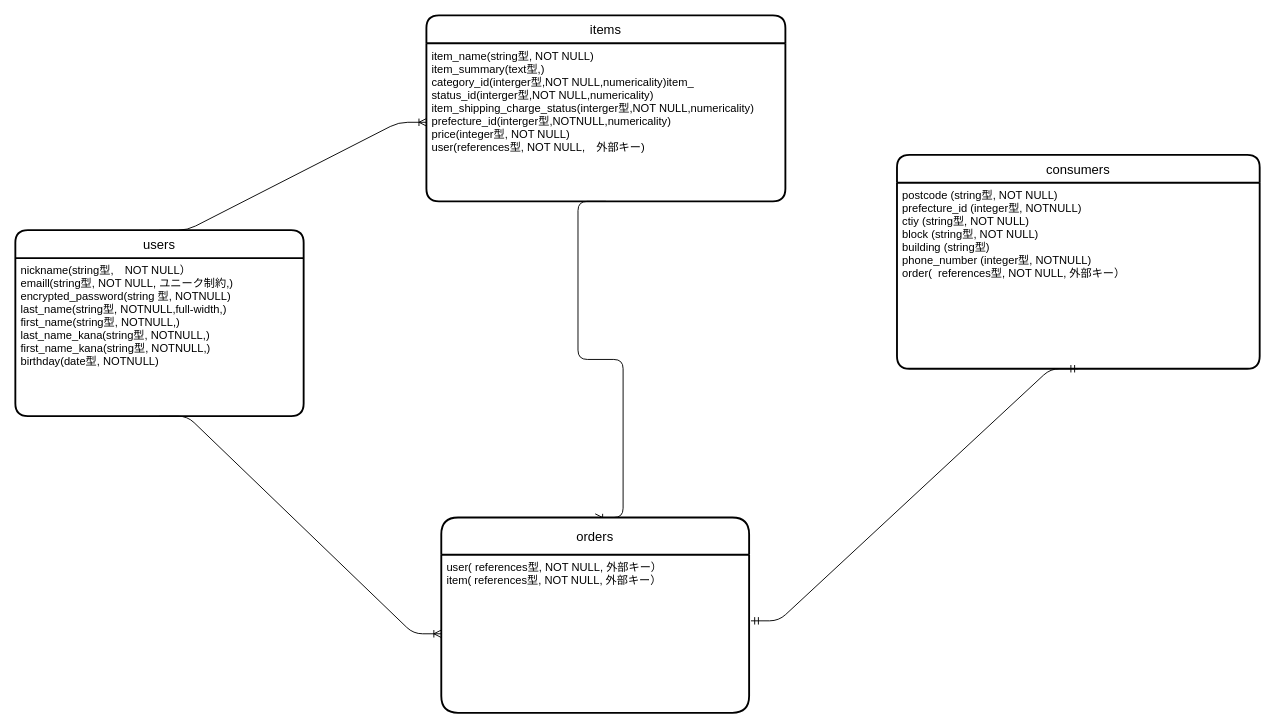
Before: furima.dio in c244a0/furima-38196, a draw.io diagram. Source tidied: cells renumbered, new cells numbered last; positions are measured from the earlier drawing's top-left corner, leaving out a move shared by most shapes. Both pictures are drawn from the tidied source at 93%, with x=0, y=0 at pixel (15, 15).
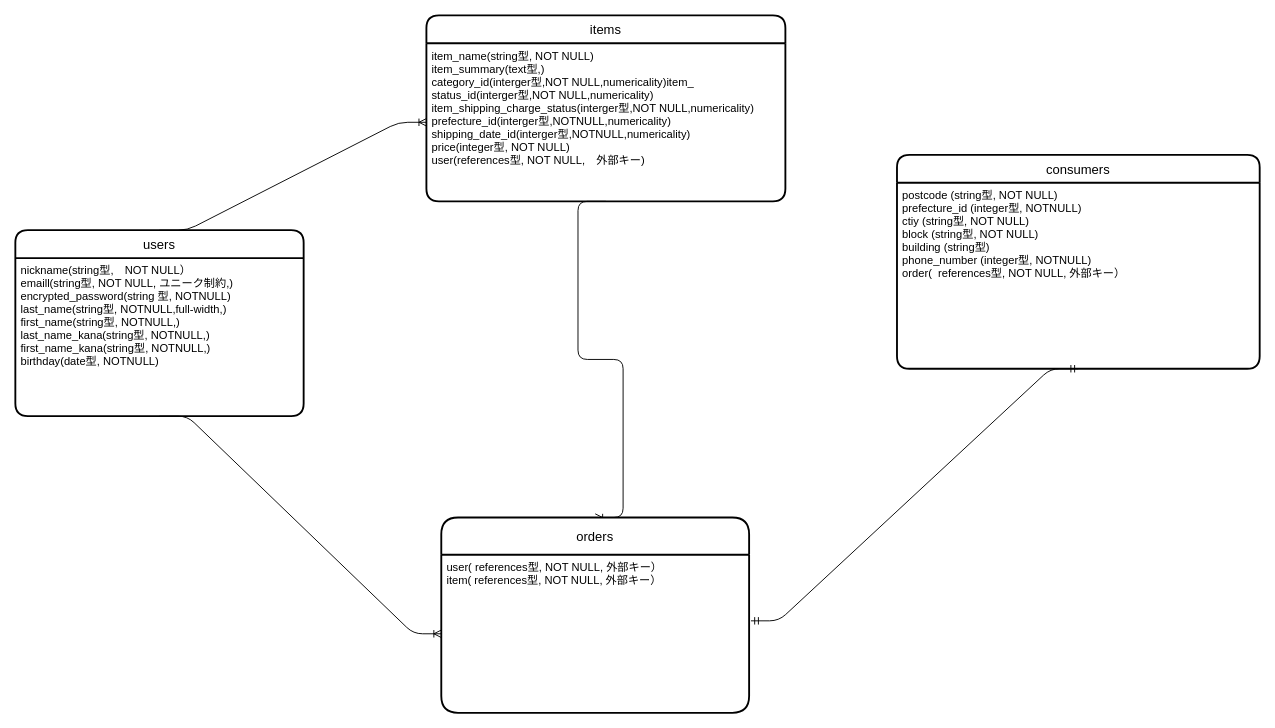
After the change.

Commit message:
データベース修正版５

What changed in the source:
```diff
@@
 <mxGraphModel>
   <root>
     <mxCell id="0" />
     <mxCell id="1" parent="0" />
     <mxCell id="2" value="users" style="swimlane;horizontal=1;startSize=30;rounded=1;fontSize=14;fontStyle=0;strokeWidth=2;shadow=0;dashed=0;align=center;" parent="1" vertex="1">
       <mxGeometry y="231" width="310" height="200" as="geometry" />
     </mxCell>
     <mxCell id="3" value="nickname(string型,　NOT NULL）&#10;emaill(string型, NOT NULL, ユニーク制約,)&#10;encrypted_password(string 型, NOTNULL)&#10;last_name(string型, NOTNULL,full-width,)&#10;first_name(string型, NOTNULL,)&#10;last_name_kana(string型, NOTNULL,)&#10;first_name_kana(string型, NOTNULL,)&#10;birthday(date型, NOTNULL)" style="align=left;strokeColor=none;fillColor=none;spacingLeft=4;fontSize=12;verticalAlign=top;" parent="2" vertex="1">
       <mxGeometry y="30" width="310" height="170" as="geometry" />
     </mxCell>
     <mxCell id="4" value="items" style="swimlane;horizontal=1;startSize=30;rounded=1;fontSize=14;fontStyle=0;strokeWidth=2;shadow=0;dashed=0;align=center;" parent="1" vertex="1">
       <mxGeometry x="442" width="386" height="200" as="geometry" />
     </mxCell>
-    <mxCell id="5" value="item_name(string型, NOT NULL)&#10;item_summary(text型,)&#10;category_id(interger型,NOT NULL,numericality)item_&#10;status_id(interger型,NOT NULL,numericality)&#10;item_shipping_charge_status(interger型,NOT NULL,numericality)&#10;prefecture_id(interger型,NOTNULL,numericality)&#10;price(integer型, NOT NULL)&#10;user(references型, NOT NULL,　外部キー)" style="align=left;strokeColor=none;fillColor=none;spacingLeft=4;fontSize=12;verticalAlign=top;" parent="4" vertex="1">
+    <mxCell id="5" value="item_name(string型, NOT NULL)&#10;item_summary(text型,)&#10;category_id(interger型,NOT NULL,numericality)item_&#10;status_id(interger型,NOT NULL,numericality)&#10;item_shipping_charge_status(interger型,NOT NULL,numericality)&#10;prefecture_id(interger型,NOTNULL,numericality)&#10;shipping_date_id(interger型,NOTNULL,numericality)&#10;price(integer型, NOT NULL)&#10;user(references型, NOT NULL,　外部キー)" style="align=left;strokeColor=none;fillColor=none;spacingLeft=4;fontSize=12;verticalAlign=top;" parent="4" vertex="1">
       <mxGeometry y="30" width="386" height="170" as="geometry" />
     </mxCell>
     <mxCell id="6" style="edgeStyle=entityRelationEdgeStyle;fontSize=12;html=1;endArrow=ERoneToMany;exitX=0.5;exitY=0;exitDx=0;exitDy=0;entryX=0;entryY=0.5;entryDx=0;entryDy=0;" parent="1" edge="1" source="2" target="5">
       <mxGeometry relative="1" as="geometry" />
     </mxCell>
     <mxCell id="7" style="edgeStyle=entityRelationEdgeStyle;fontSize=12;html=1;endArrow=ERoneToMany;exitX=0.5;exitY=1;exitDx=0;exitDy=0;entryX=0;entryY=0.5;entryDx=0;entryDy=0;" parent="1" edge="1" source="3" target="12">
       <mxGeometry relative="1" as="geometry" />
     </mxCell>
     <mxCell id="8" style="edgeStyle=entityRelationEdgeStyle;fontSize=12;html=1;endArrow=ERoneToMany;entryX=0.5;entryY=0;entryDx=0;entryDy=0;exitX=0.5;exitY=1;exitDx=0;exitDy=0;" parent="1" edge="1" source="5" target="11">
       <mxGeometry relative="1" as="geometry" />
     </mxCell>
     <mxCell id="9" value="consumers" style="swimlane;horizontal=1;startSize=30;rounded=1;fontSize=14;fontStyle=0;strokeWidth=2;shadow=0;dashed=0;align=center;" parent="1" vertex="1">
       <mxGeometry x="948" y="150" width="390" height="230" as="geometry" />
     </mxCell>
     <mxCell id="10" value="postcode (string型, NOT NULL)&#10;prefecture_id (integer型, NOTNULL)&#10;ctiy (string型, NOT NULL)&#10;block (string型, NOT NULL)&#10;building (string型)&#10;phone_number (integer型, NOTNULL)&#10;order(  references型, NOT NULL, 外部キー）" style="align=left;strokeColor=none;fillColor=none;spacingLeft=4;fontSize=12;verticalAlign=top;" parent="9" vertex="1">
       <mxGeometry y="30" width="390" height="200" as="geometry" />
     </mxCell>
     <mxCell id="11" value="orders" style="swimlane;horizontal=1;startSize=40;rounded=1;fontSize=14;fontStyle=0;strokeWidth=2;shadow=0;dashed=0;align=center;" parent="1" vertex="1">
       <mxGeometry x="458" y="540" width="331" height="210" as="geometry" />
     </mxCell>
     <mxCell id="12" value="user( references型, NOT NULL, 外部キー）&#10;item( references型, NOT NULL, 外部キー）" style="align=left;strokeColor=none;fillColor=none;spacingLeft=4;fontSize=12;verticalAlign=top;" parent="11" vertex="1">
       <mxGeometry y="40" width="331" height="170" as="geometry" />
     </mxCell>
     <mxCell id="13" style="edgeStyle=entityRelationEdgeStyle;fontSize=12;html=1;endArrow=ERmandOne;startArrow=ERmandOne;exitX=1.006;exitY=0.418;exitDx=0;exitDy=0;exitPerimeter=0;entryX=0.5;entryY=1;entryDx=0;entryDy=0;" parent="1" edge="1" source="12" target="10">
       <mxGeometry relative="1" as="geometry" />
     </mxCell>
   </root>
 </mxGraphModel>
```
